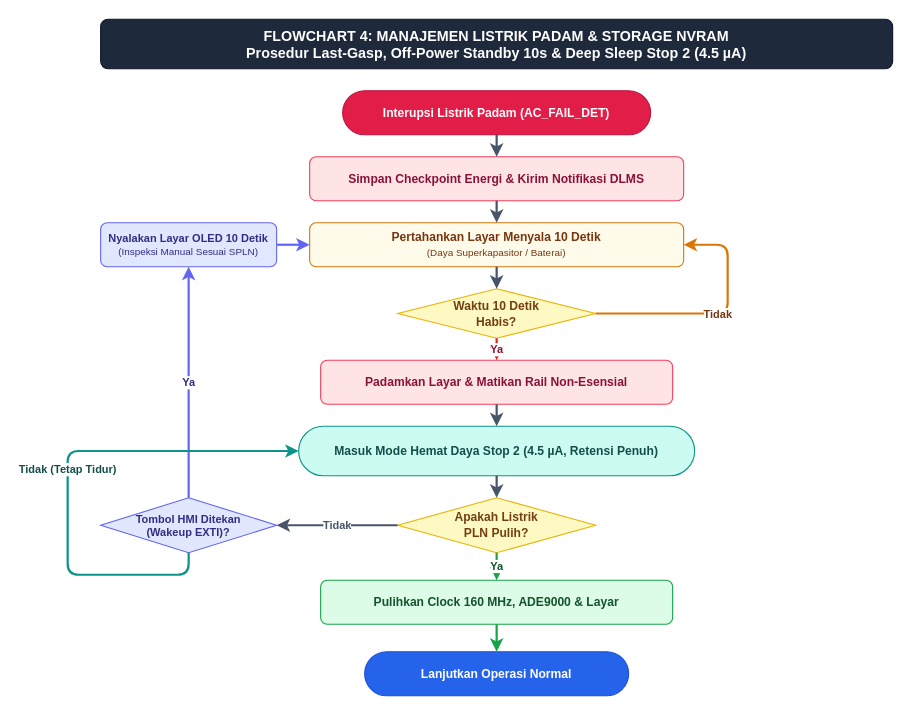
This is page "4. Listrik Padam & Stop 2" (4 of 4) of docs/e3_modular_flowcharts.drawio from Kevla27/ALLIN, a draw.io file, before an edit. Source tidied: cells renumbered, new cells numbered last; positions are measured from the earlier drawing's top-left corner, leaving out a move shared by most shapes. Both pictures are drawn from the tidied source at 110%, with x=0, y=0 at pixel (67, 19).
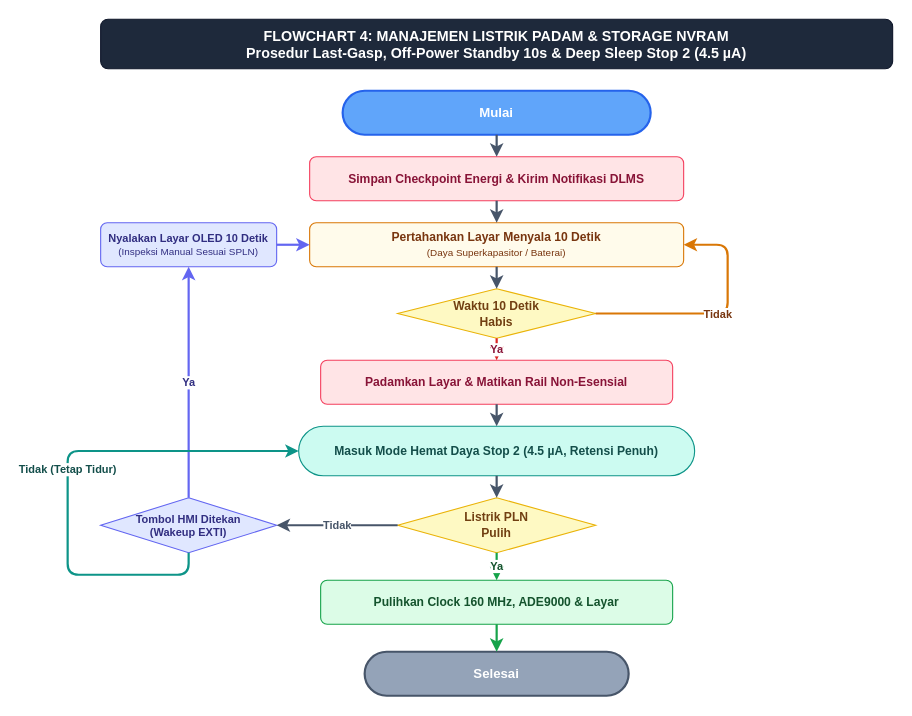
The same page after the edit.

Commit message (it also covers changes not shown here):
docs(flowchart): update e3_modular_flowcharts Tab 1..4 dengan Mulai, Selesai, Jajar Genjang I/O, dan tanpa tanda tanya di decision

What changed in the source:
```diff
@@
-    <mxCell id="3" value="&lt;b&gt;Interupsi Listrik Padam (AC_FAIL_DET)&lt;/b&gt;" style="rounded=1;arcSize=50;whiteSpace=wrap;html=1;fillColor=#e11d48;strokeColor=#be123c;fontColor=#ffffff;fontStyle=1;fontSize=11;align=center;" parent="1" vertex="1">
+    <mxCell id="3" value="&lt;b&gt;Mulai&lt;/b&gt;" style="rounded=1;arcSize=50;whiteSpace=wrap;html=1;fillColor=#60a5fa;strokeColor=#2563eb;strokeWidth=2;fontColor=#ffffff;fontSize=12;fontFamily=Helvetica;align=center;" parent="1" vertex="1">
       <mxGeometry x="250" y="65" width="280" height="40" as="geometry" />
     </mxCell>
@@
-    <mxCell id="6" value="&lt;b&gt;Waktu 10 Detik&lt;br/&gt;Habis?&lt;/b&gt;" style="rhombus;whiteSpace=wrap;html=1;fillColor=#fef9c3;strokeColor=#eab308;fontColor=#713f12;fontStyle=1;fontSize=11;align=center;" parent="1" vertex="1">
+    <mxCell id="6" value="&lt;b&gt;Waktu 10 Detik&lt;br/&gt;Habis&lt;/b&gt;" style="rhombus;whiteSpace=wrap;html=1;fillColor=#fef9c3;strokeColor=#eab308;fontColor=#713f12;fontStyle=1;fontSize=11;align=center;" parent="1" vertex="1">
       <mxGeometry x="300" y="245" width="180" height="45" as="geometry" />
     </mxCell>
@@
-    <mxCell id="9" value="&lt;b&gt;Apakah Listrik&lt;br/&gt;PLN Pulih?&lt;/b&gt;" style="rhombus;whiteSpace=wrap;html=1;fillColor=#fef9c3;strokeColor=#eab308;fontColor=#713f12;fontStyle=1;fontSize=11;align=center;" parent="1" vertex="1">
+    <mxCell id="9" value="&lt;b&gt;Listrik PLN&lt;br/&gt;Pulih&lt;/b&gt;" style="rhombus;whiteSpace=wrap;html=1;fillColor=#fef9c3;strokeColor=#eab308;fontColor=#713f12;fontStyle=1;fontSize=11;align=center;" parent="1" vertex="1">
       <mxGeometry x="300" y="435" width="180" height="50" as="geometry" />
     </mxCell>
-    <mxCell id="10" value="&lt;b&gt;Tombol HMI Ditekan&lt;br/&gt;(Wakeup EXTI)?&lt;/b&gt;" style="rhombus;whiteSpace=wrap;html=1;fillColor=#e0e7ff;strokeColor=#6366f1;fontColor=#312e81;fontStyle=1;fontSize=10;align=center;" parent="1" vertex="1">
+    <mxCell id="10" value="&lt;b&gt;Tombol HMI Ditekan&lt;br/&gt;(Wakeup EXTI)&lt;/b&gt;" style="rhombus;whiteSpace=wrap;html=1;fillColor=#e0e7ff;strokeColor=#6366f1;fontColor=#312e81;fontStyle=1;fontSize=10;align=center;" parent="1" vertex="1">
       <mxGeometry x="30" y="435" width="160" height="50" as="geometry" />
     </mxCell>
@@
-    <mxCell id="13" value="&lt;b&gt;Lanjutkan Operasi Normal&lt;/b&gt;" style="rounded=1;arcSize=50;whiteSpace=wrap;html=1;fillColor=#2563eb;strokeColor=#1d4ed8;fontColor=#ffffff;fontStyle=1;fontSize=11;align=center;" parent="1" vertex="1">
+    <mxCell id="13" value="&lt;b&gt;Selesai&lt;/b&gt;" style="rounded=1;arcSize=50;whiteSpace=wrap;html=1;fillColor=#94a3b8;strokeColor=#475569;strokeWidth=2;fontColor=#ffffff;fontSize=12;fontFamily=Helvetica;align=center;" parent="1" vertex="1">
       <mxGeometry x="270" y="575" width="240" height="40" as="geometry" />
     </mxCell>
```
